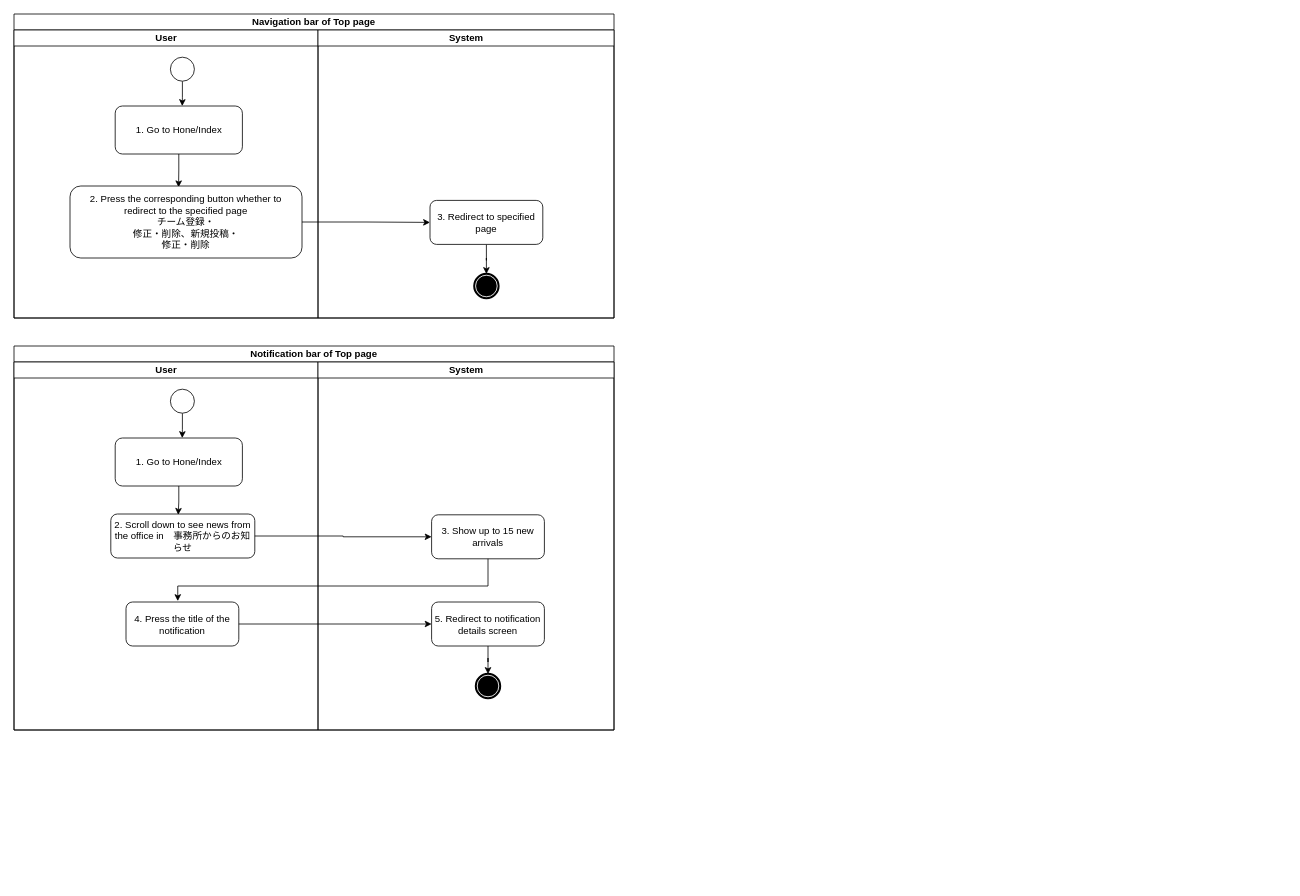
Earlier version of the draw.io diagram page "8. Top page" (8 of 11) of 「スクラム活動」Activity Diagram.drawio (thuy-ocg/Test). Source tidied: cells renumbered, new cells numbered last; positions are measured from the earlier drawing's top-left corner, leaving out a move shared by most shapes. Both pictures are drawn from the tidied source at 80%, with x=0, y=0 at pixel (14, 14).
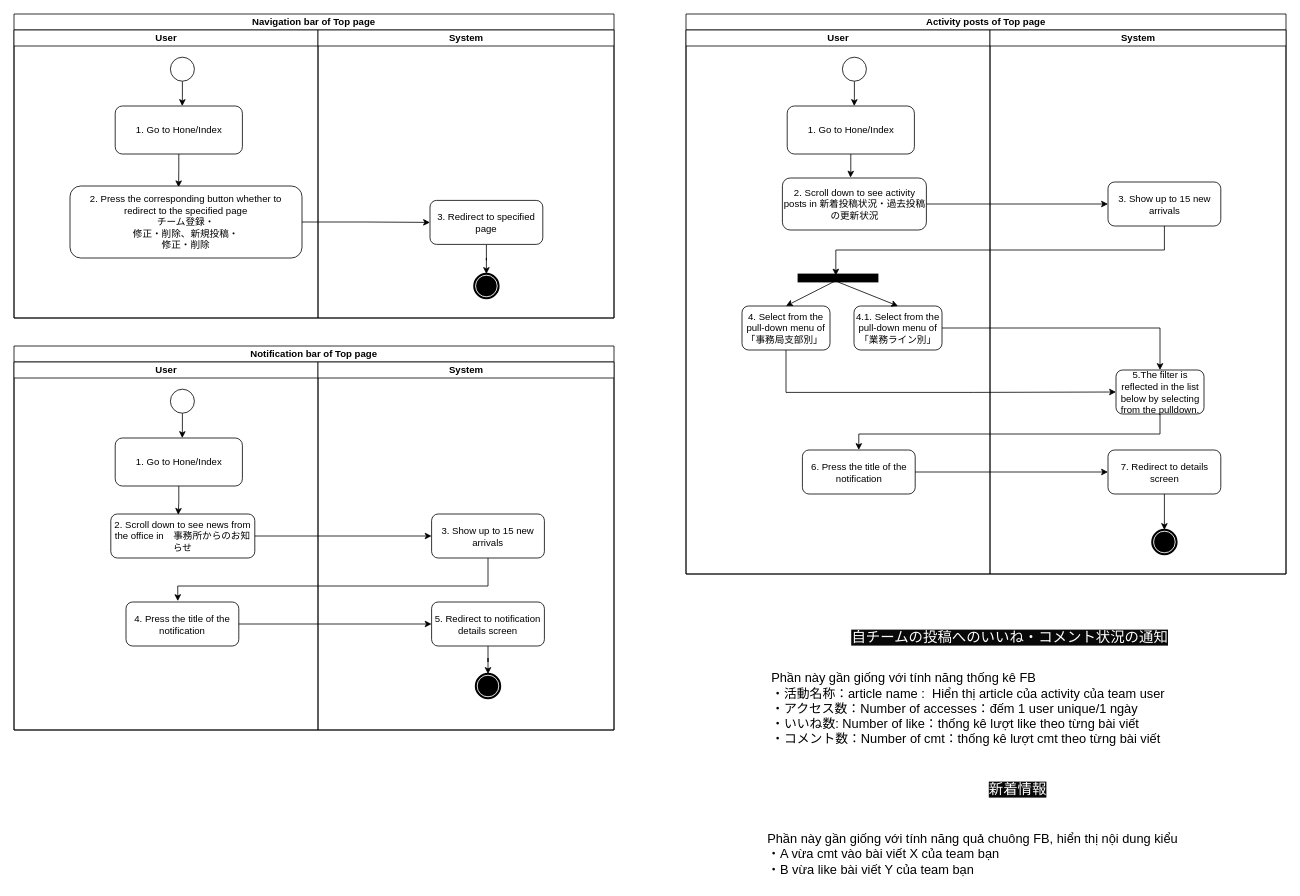
The same diagram, later.

The change refers to these unchanged cells:
```xml
<mxCell id="23" value="System" style="swimlane;html=1;startSize=20;" parent="14" vertex="1">
  <mxGeometry x="380" y="20" width="370" height="460" as="geometry" />
</mxCell>
```

Change to the diagram source:
```diff
@@
     <mxCell id="24" value="3. Show up to 15 new arrivals" style="rounded=1;whiteSpace=wrap;html=1;" parent="23" vertex="1">
-      <mxGeometry x="142" y="191" width="141" height="55" as="geometry" />
+      <mxGeometry x="142" y="190" width="141" height="55" as="geometry" />
     </mxCell>
@@
+    <mxCell id="30" value="Activity posts of Top page" style="swimlane;html=1;startSize=20;whiteSpace=wrap;" parent="1" vertex="1">
+      <mxGeometry x="840" width="750" height="700" as="geometry" />
+    </mxCell>
+    <mxCell id="31" value="User" style="swimlane;html=1;startSize=20;" parent="30" vertex="1">
+      <mxGeometry y="20" width="380" height="680" as="geometry" />
+    </mxCell>
+    <mxCell id="32" style="edgeStyle=orthogonalEdgeStyle;rounded=0;jettySize=auto;html=1;entryX=0.527;entryY=0.001;entryDx=0;entryDy=0;entryPerimeter=0;" parent="31" edge="1" source="33" target="35">
+      <mxGeometry relative="1" as="geometry" />
+    </mxCell>
+    <mxCell id="33" style="points=[[0.145,0.145,0],[0.5,0,0],[0.855,0.145,0],[1,0.5,0],[0.855,0.855,0],[0.5,1,0],[0.145,0.855,0],[0,0.5,0]];shape=mxgraph.bpmn.event;html=1;verticalLabelPosition=bottom;labelBackgroundColor=#ffffff;verticalAlign=top;align=center;perimeter=ellipsePerimeter;outlineConnect=0;outline=standard;symbol=general;" parent="31" vertex="1">
+      <mxGeometry x="195.5" y="34" width="30" height="30" as="geometry" />
+    </mxCell>
+    <mxCell id="34" style="edgeStyle=orthogonalEdgeStyle;rounded=0;jettySize=auto;html=1;entryX=0.473;entryY=-0.008;entryDx=0;entryDy=0;entryPerimeter=0;" parent="31" edge="1" source="35" target="36">
+      <mxGeometry relative="1" as="geometry" />
+    </mxCell>
+    <mxCell id="35" value="1. Go to Hone/Index" style="rounded=1;whiteSpace=wrap;html=1;" parent="31" vertex="1">
+      <mxGeometry x="126.5" y="95" width="159" height="60" as="geometry" />
+    </mxCell>
+    <mxCell id="36" value="2.&amp;nbsp;Scroll down to see activity posts in&amp;nbsp;新着投稿状況・過去投稿の更新状況" style="rounded=1;whiteSpace=wrap;html=1;" parent="31" vertex="1">
+      <mxGeometry x="120.5" y="185" width="180" height="65" as="geometry" />
+    </mxCell>
+    <mxCell id="37" style="verticalLabelPosition=bottom;html=1;verticalAlign=top;align=center;shape=mxgraph.floorplan.wall;fillColor=strokeColor;" parent="31" vertex="1">
+      <mxGeometry x="140" y="305" width="100" height="10" as="geometry" />
+    </mxCell>
+    <mxCell id="38" value="4.&amp;nbsp;Select from the pull-down menu of 「事務局支部別」&amp;nbsp;" style="rounded=1;whiteSpace=wrap;html=1;" parent="31" vertex="1">
+      <mxGeometry x="70" y="345" width="110" height="55" as="geometry" />
+    </mxCell>
+    <mxCell id="39" value="4.1. Select from the pull-down menu of「業務ライン別」" style="rounded=1;whiteSpace=wrap;html=1;" parent="31" vertex="1">
+      <mxGeometry x="210" y="345" width="110" height="55" as="geometry" />
+    </mxCell>
+    <mxCell id="40" style="endArrow=classic;html=1;rounded=0;entryX=0.5;entryY=0;entryDx=0;entryDy=0;" parent="31" edge="1" target="39">
+      <mxGeometry relative="1" as="geometry">
+        <mxPoint x="190" y="315" as="sourcePoint" />
+      </mxGeometry>
+    </mxCell>
+    <mxCell id="41" style="endArrow=classic;html=1;rounded=0;exitX=0.449;exitY=0.956;exitDx=0;exitDy=0;exitPerimeter=0;entryX=0.5;entryY=0;entryDx=0;entryDy=0;" parent="31" edge="1" source="37" target="38">
+      <mxGeometry relative="1" as="geometry" />
+    </mxCell>
+    <mxCell id="42" style="edgeStyle=orthogonalEdgeStyle;rounded=0;jettySize=auto;html=1;entryX=0;entryY=0.5;entryDx=0;entryDy=0;" parent="30" edge="1" source="36" target="45">
+      <mxGeometry relative="1" as="geometry" />
+    </mxCell>
+    <mxCell id="43" style="edgeStyle=orthogonalEdgeStyle;rounded=0;jettySize=auto;html=1;entryX=0.473;entryY=0.198;entryDx=0;entryDy=0;entryPerimeter=0;" parent="30" edge="1" source="45" target="37">
+      <mxGeometry relative="1" as="geometry">
+        <Array as="points">
+          <mxPoint x="598" y="295" />
+          <mxPoint x="187" y="295" />
+        </Array>
+      </mxGeometry>
+    </mxCell>
+    <mxCell id="44" value="System" style="swimlane;html=1;startSize=20;" parent="30" vertex="1">
+      <mxGeometry x="380" y="20" width="370" height="680" as="geometry" />
+    </mxCell>
+    <mxCell id="45" value="3. Show up to 15 new arrivals" style="rounded=1;whiteSpace=wrap;html=1;" parent="44" vertex="1">
+      <mxGeometry x="147.5" y="190" width="141" height="55" as="geometry" />
+    </mxCell>
+    <mxCell id="46" style="edgeStyle=orthogonalEdgeStyle;rounded=0;jettySize=auto;html=1;" parent="44" edge="1" source="47" target="48">
+      <mxGeometry relative="1" as="geometry">
+        <Array as="points">
+          <mxPoint x="213" y="505" />
+          <mxPoint x="-164" y="505" />
+        </Array>
+      </mxGeometry>
+    </mxCell>
+    <mxCell id="47" value="5.The filter is reflected in the list below by selecting from the pulldown." style="rounded=1;whiteSpace=wrap;html=1;" parent="44" vertex="1">
+      <mxGeometry x="157.5" y="425" width="110" height="55" as="geometry" />
+    </mxCell>
+    <mxCell id="48" value="6.&amp;nbsp;Press the title of the notification" style="rounded=1;whiteSpace=wrap;html=1;" parent="44" vertex="1">
+      <mxGeometry x="-234.5" y="525" width="141" height="55" as="geometry" />
+    </mxCell>
+    <mxCell id="49" style="edgeStyle=orthogonalEdgeStyle;rounded=0;jettySize=auto;html=1;" parent="44" edge="1" source="50" target="52">
+      <mxGeometry relative="1" as="geometry" />
+    </mxCell>
+    <mxCell id="50" value="7. Redirect to details screen" style="rounded=1;whiteSpace=wrap;html=1;" parent="44" vertex="1">
+      <mxGeometry x="147.5" y="525" width="141" height="55" as="geometry" />
+    </mxCell>
+    <mxCell id="51" style="edgeStyle=orthogonalEdgeStyle;rounded=0;jettySize=auto;html=1;entryX=0;entryY=0.5;entryDx=0;entryDy=0;" parent="44" edge="1" source="48" target="50">
+      <mxGeometry relative="1" as="geometry" />
+    </mxCell>
+    <mxCell id="52" style="points=[[0.145,0.145,0],[0.5,0,0],[0.855,0.145,0],[1,0.5,0],[0.855,0.855,0],[0.5,1,0],[0.145,0.855,0],[0,0.5,0]];shape=mxgraph.bpmn.event;html=1;verticalLabelPosition=bottom;labelBackgroundColor=#ffffff;verticalAlign=top;align=center;perimeter=ellipsePerimeter;outlineConnect=0;outline=end;symbol=terminate;" parent="44" vertex="1">
+      <mxGeometry x="203" y="625" width="30" height="30" as="geometry" />
+    </mxCell>
+    <mxCell id="53" style="edgeStyle=orthogonalEdgeStyle;rounded=0;jettySize=auto;html=1;entryX=0.5;entryY=0;entryDx=0;entryDy=0;" parent="30" edge="1" source="39" target="47">
+      <mxGeometry relative="1" as="geometry" />
+    </mxCell>
+    <mxCell id="54" style="edgeStyle=orthogonalEdgeStyle;rounded=0;jettySize=auto;html=1;entryX=0;entryY=0.5;entryDx=0;entryDy=0;" parent="30" edge="1" source="38" target="47">
+      <mxGeometry relative="1" as="geometry">
+        <Array as="points">
+          <mxPoint x="125" y="473" />
+          <mxPoint x="359" y="473" />
+        </Array>
+      </mxGeometry>
+    </mxCell>
+    <mxCell id="55" value="&lt;div&gt;&lt;font color=&quot;#ffffff&quot; style=&quot;font-size: 18px; background-color: rgb(8, 8, 8);&quot;&gt;自チームの投稿へのいいね・コメント状況の通知&lt;/font&gt;&lt;/div&gt;" style="text;html=1;strokeColor=none;fillColor=none;align=center;verticalAlign=middle;whiteSpace=wrap;rounded=0;" parent="1" vertex="1">
+      <mxGeometry x="1035" y="765" width="420" height="30" as="geometry" />
+    </mxCell>
+    <mxCell id="56" value="&lt;font style=&quot;&quot;&gt;&lt;font style=&quot;font-size: 16px;&quot;&gt;Phần này gần giống với tính năng thống kê FB&lt;br&gt;・活動名称：article name :&amp;nbsp; Hiển thị article của activity của team user&lt;br&gt;・アクセス数：Number of accesses：đếm 1 user unique/1 ngày&amp;nbsp;&lt;br&gt;・いいね数: Number of like：thống kê lượt like theo từng bài viết&lt;br&gt;・コメント数：Number of cmt：thống kê lượt cmt theo từng bài viết&lt;br&gt;&lt;/font&gt;&lt;br&gt;&lt;/font&gt;" style="text;html=1;strokeColor=none;fillColor=none;align=left;verticalAlign=middle;whiteSpace=wrap;rounded=0;" parent="1" vertex="1">
+      <mxGeometry x="945" y="815" width="630" height="120" as="geometry" />
+    </mxCell>
+    <mxCell id="57" value="&lt;div&gt;&lt;font color=&quot;#ffffff&quot; style=&quot;font-size: 18px; background-color: rgb(8, 8, 8);&quot;&gt;新着情報&lt;/font&gt;&lt;/div&gt;" style="text;html=1;strokeColor=none;fillColor=none;align=center;verticalAlign=middle;whiteSpace=wrap;rounded=0;" parent="1" vertex="1">
+      <mxGeometry x="1045" y="955" width="420" height="30" as="geometry" />
+    </mxCell>
+    <mxCell id="58" value="&lt;font style=&quot;&quot;&gt;&lt;font style=&quot;font-size: 16px;&quot;&gt;&lt;font style=&quot;&quot;&gt;Phần này gần giống với tính năng quả chuông FB, hiển thị nội dung kiểu&lt;br&gt;・A vừa cmt vào bài viết X của team bạn&lt;br&gt;&lt;/font&gt;・B vừa like bài viết Y của team bạn&lt;/font&gt;&lt;br&gt;&lt;/font&gt;" style="text;html=1;strokeColor=none;fillColor=none;align=left;verticalAlign=middle;whiteSpace=wrap;rounded=0;" parent="1" vertex="1">
+      <mxGeometry x="940" y="1015" width="630" height="70" as="geometry" />
+    </mxCell>
```
